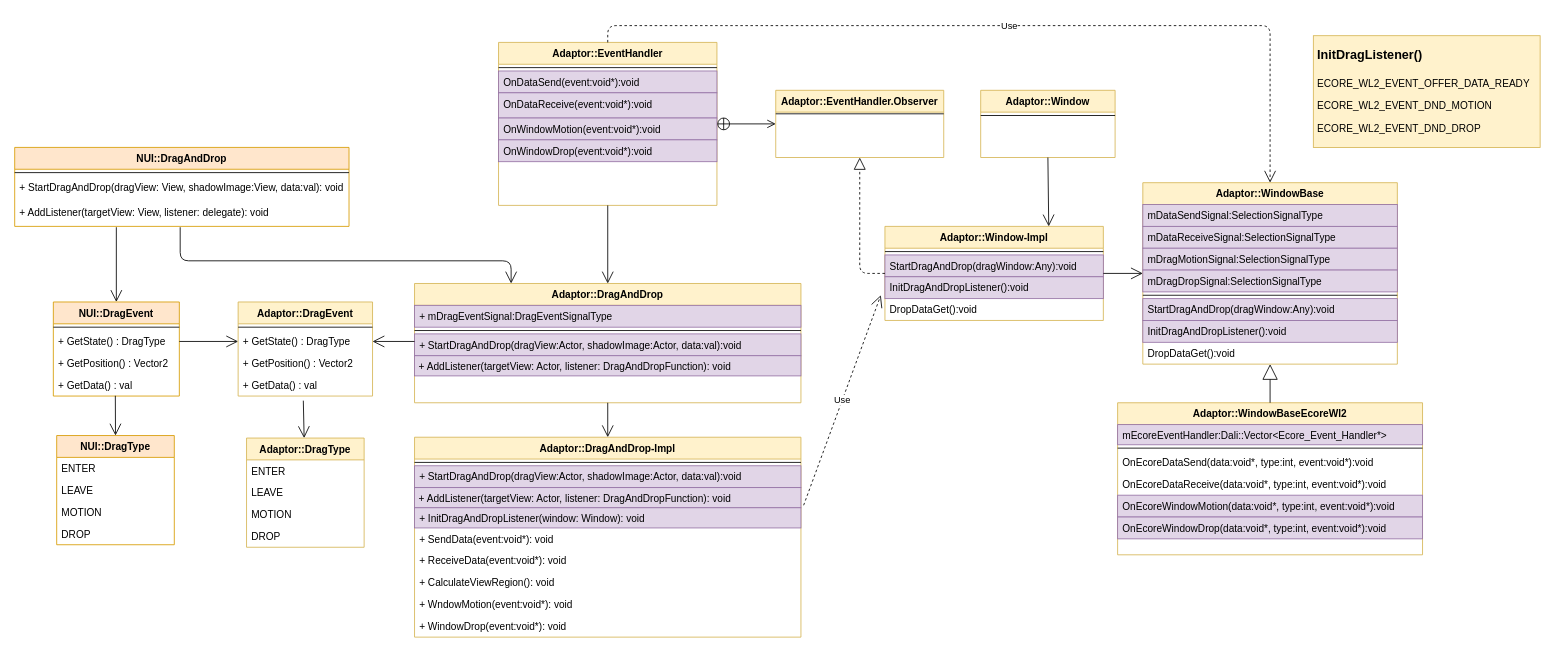
Above: page "Page-4" (4 of 10) of Untitled Diagram.drawio in taehyub/drawio (draw.io), before the change. Source tidied: cells renumbered, new cells numbered last; positions are measured from the earlier drawing's top-left corner, leaving out a move shared by most shapes. Both pictures are drawn from the tidied source at 84%, with x=0, y=0 at pixel (14, 25).
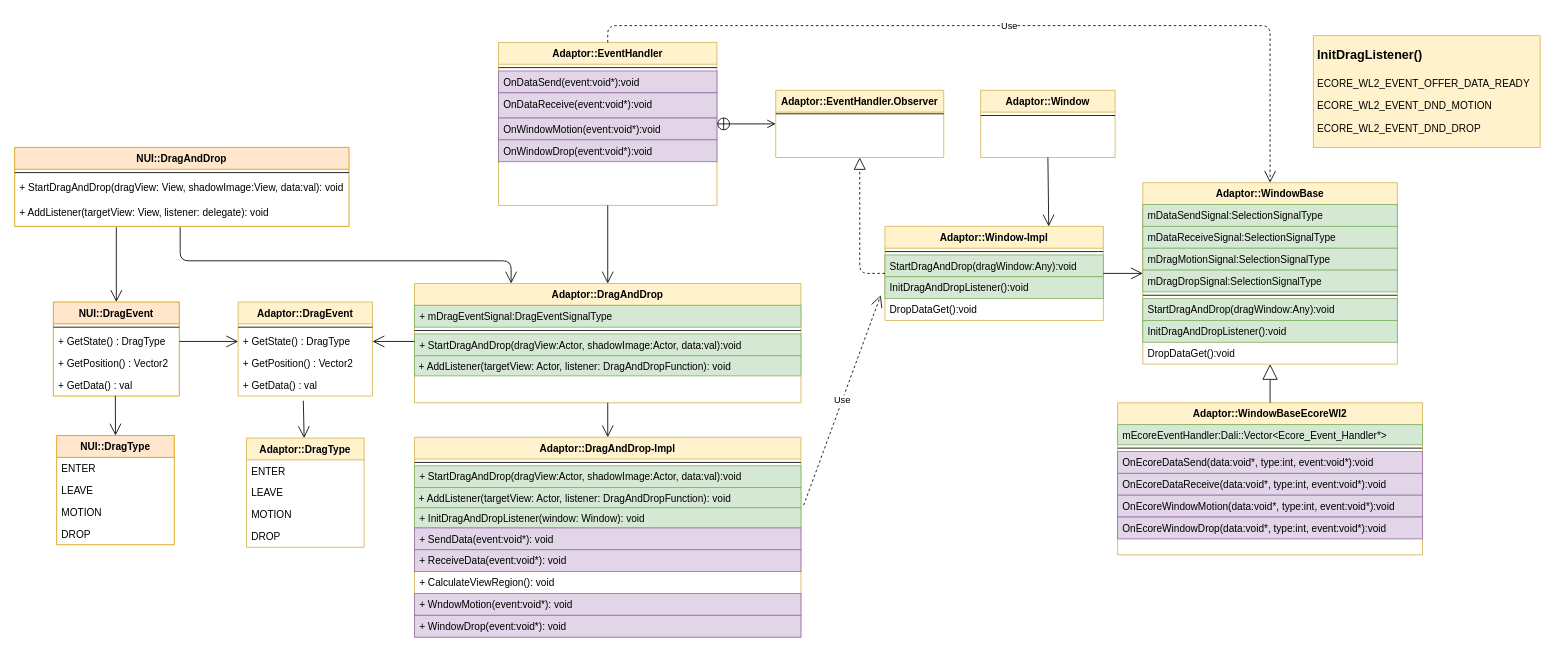
Above is the later version.

Unchanged cells that the change refers to:
```xml
<mxCell id="6" value="Adaptor::DragAndDrop" style="swimlane;fontStyle=1;align=center;verticalAlign=top;horizontal=1;startSize=26;rounded=0;shadow=0;strokeWidth=1;fillColor=#fff2cc;strokeColor=#d6b656;fontColor=default;" parent="1" vertex="1">
  <mxGeometry x="476" y="307" width="460" height="142" as="geometry" />
</mxCell>
<mxCell id="11" value="Adaptor::DragAndDrop-Impl" style="swimlane;fontStyle=1;align=center;verticalAlign=top;horizontal=1;startSize=26;rounded=0;shadow=0;strokeWidth=1;fillColor=#fff2cc;strokeColor=#d6b656;fontColor=default;" parent="1" vertex="1">
  <mxGeometry x="476" y="490" width="460" height="238" as="geometry" />
</mxCell>
<mxCell id="21" value="Adaptor::WindowBase" style="swimlane;fontStyle=1;align=center;verticalAlign=top;horizontal=1;startSize=26;rounded=0;shadow=0;strokeWidth=1;fillColor=#fff2cc;strokeColor=#d6b656;" parent="1" vertex="1">
  <mxGeometry x="1343" y="187" width="303" height="216" as="geometry" />
</mxCell>
<mxCell id="30" value="Adaptor::WindowBaseEcoreWl2&#10;" style="swimlane;fontStyle=1;align=center;verticalAlign=top;horizontal=1;startSize=26;rounded=0;shadow=0;strokeWidth=1;fillColor=#fff2cc;strokeColor=#d6b656;" parent="1" vertex="1">
  <mxGeometry x="1313" y="449" width="363" height="181" as="geometry" />
</mxCell>
<mxCell id="39" value="Adaptor::Window-Impl&#10;" style="swimlane;fontStyle=1;align=center;verticalAlign=top;horizontal=1;startSize=26;rounded=0;shadow=0;strokeWidth=1;fillColor=#fff2cc;strokeColor=#d6b656;" parent="1" vertex="1">
  <mxGeometry x="1036" y="239" width="260" height="112" as="geometry" />
</mxCell>
<mxCell id="46" value="Adaptor::EventHandler" style="swimlane;fontStyle=1;align=center;verticalAlign=top;horizontal=1;startSize=26;rounded=0;shadow=0;strokeWidth=1;fillColor=#fff2cc;strokeColor=#d6b656;" parent="1" vertex="1">
  <mxGeometry x="576" y="20" width="260" height="194" as="geometry" />
</mxCell>
```

The edit, as a diff of the source:
```diff
@@
-    <mxCell id="7" value="+ mDragEventSignal:DragEventSignalType" style="text;strokeColor=#9673a6;fillColor=#e1d5e7;align=left;verticalAlign=top;spacingLeft=4;spacingRight=4;overflow=hidden;hachureGap=4;" parent="6" vertex="1">
+    <mxCell id="7" value="+ mDragEventSignal:DragEventSignalType" style="text;strokeColor=#82b366;fillColor=#d5e8d4;align=left;verticalAlign=top;spacingLeft=4;spacingRight=4;overflow=hidden;hachureGap=4;" parent="6" vertex="1">
       <mxGeometry y="26" width="460" height="26" as="geometry" />
     </mxCell>
@@
-    <mxCell id="9" value="+ StartDragAndDrop(dragView:Actor, shadowImage:Actor, data:val):void" style="text;strokeColor=#9673a6;fillColor=#e1d5e7;align=left;verticalAlign=top;spacingLeft=4;spacingRight=4;overflow=hidden;hachureGap=4;fontColor=default;" parent="6" vertex="1">
+    <mxCell id="9" value="+ StartDragAndDrop(dragView:Actor, shadowImage:Actor, data:val):void" style="text;strokeColor=#82b366;fillColor=#d5e8d4;align=left;verticalAlign=top;spacingLeft=4;spacingRight=4;overflow=hidden;hachureGap=4;" parent="6" vertex="1">
       <mxGeometry y="60" width="460" height="26" as="geometry" />
     </mxCell>
-    <mxCell id="10" value=" + AddListener(targetView: Actor, listener: DragAndDropFunction): void" style="text;fillColor=#e1d5e7;strokeColor=#9673a6;fontColor=default;" parent="6" vertex="1">
+    <mxCell id="10" value=" + AddListener(targetView: Actor, listener: DragAndDropFunction): void" style="text;fillColor=#d5e8d4;strokeColor=#82b366;" parent="6" vertex="1">
       <mxGeometry y="86" width="460" height="24" as="geometry" />
     </mxCell>
@@
-    <mxCell id="13" value="+ StartDragAndDrop(dragView:Actor, shadowImage:Actor, data:val):void" style="text;strokeColor=#9673a6;fillColor=#e1d5e7;align=left;verticalAlign=top;spacingLeft=4;spacingRight=4;overflow=hidden;hachureGap=4;fontColor=default;" parent="11" vertex="1">
+    <mxCell id="13" value="+ StartDragAndDrop(dragView:Actor, shadowImage:Actor, data:val):void" style="text;strokeColor=#82b366;fillColor=#d5e8d4;align=left;verticalAlign=top;spacingLeft=4;spacingRight=4;overflow=hidden;hachureGap=4;" parent="11" vertex="1">
       <mxGeometry y="34" width="460" height="26" as="geometry" />
     </mxCell>
-    <mxCell id="14" value=" + AddListener(targetView: Actor, listener: DragAndDropFunction): void" style="text;fillColor=#e1d5e7;strokeColor=#9673a6;fontColor=default;" parent="11" vertex="1">
+    <mxCell id="14" value=" + AddListener(targetView: Actor, listener: DragAndDropFunction): void" style="text;fillColor=#d5e8d4;strokeColor=#82b366;" parent="11" vertex="1">
       <mxGeometry y="60" width="460" height="24" as="geometry" />
     </mxCell>
-    <mxCell id="15" value="+ InitDragAndDropListener(window: Window): void" style="text;strokeColor=#9673a6;fillColor=#e1d5e7;align=left;verticalAlign=top;spacingLeft=4;spacingRight=4;overflow=hidden;points=[[0,0.5],[1,0.5]];portConstraint=eastwest;fontColor=default;" parent="11" vertex="1">
+    <mxCell id="15" value="+ InitDragAndDropListener(window: Window): void" style="text;strokeColor=#82b366;fillColor=#d5e8d4;align=left;verticalAlign=top;spacingLeft=4;spacingRight=4;overflow=hidden;points=[[0,0.5],[1,0.5]];portConstraint=eastwest;" parent="11" vertex="1">
       <mxGeometry y="84" width="460" height="24" as="geometry" />
     </mxCell>
-    <mxCell id="16" value="+ SendData(event:void*): void" style="text;align=left;verticalAlign=top;spacingLeft=4;spacingRight=4;overflow=hidden;hachureGap=4;" parent="11" vertex="1">
+    <mxCell id="16" value="+ SendData(event:void*): void" style="text;align=left;verticalAlign=top;spacingLeft=4;spacingRight=4;overflow=hidden;hachureGap=4;fillColor=#e1d5e7;strokeColor=#9673a6;" parent="11" vertex="1">
       <mxGeometry y="108" width="460" height="26" as="geometry" />
     </mxCell>
-    <mxCell id="17" value="+ ReceiveData(event:void*): void" style="text;align=left;verticalAlign=top;spacingLeft=4;spacingRight=4;overflow=hidden;hachureGap=4;" parent="11" vertex="1">
+    <mxCell id="17" value="+ ReceiveData(event:void*): void" style="text;align=left;verticalAlign=top;spacingLeft=4;spacingRight=4;overflow=hidden;hachureGap=4;fillColor=#e1d5e7;strokeColor=#9673a6;" parent="11" vertex="1">
       <mxGeometry y="134" width="460" height="26" as="geometry" />
     </mxCell>
@@
-    <mxCell id="19" value="+ WndowMotion(event:void*): void" style="text;strokeColor=none;fillColor=none;align=left;verticalAlign=top;spacingLeft=4;spacingRight=4;overflow=hidden;hachureGap=4;" parent="11" vertex="1">
+    <mxCell id="19" value="+ WndowMotion(event:void*): void" style="text;strokeColor=#9673a6;fillColor=#e1d5e7;align=left;verticalAlign=top;spacingLeft=4;spacingRight=4;overflow=hidden;hachureGap=4;" parent="11" vertex="1">
       <mxGeometry y="186" width="460" height="26" as="geometry" />
     </mxCell>
-    <mxCell id="20" value="+ WindowDrop(event:void*): void" style="text;strokeColor=none;fillColor=none;align=left;verticalAlign=top;spacingLeft=4;spacingRight=4;overflow=hidden;hachureGap=4;" parent="11" vertex="1">
+    <mxCell id="20" value="+ WindowDrop(event:void*): void" style="text;strokeColor=#9673a6;fillColor=#e1d5e7;align=left;verticalAlign=top;spacingLeft=4;spacingRight=4;overflow=hidden;hachureGap=4;" parent="11" vertex="1">
       <mxGeometry y="212" width="460" height="26" as="geometry" />
     </mxCell>
@@
-    <mxCell id="22" value="mDataSendSignal:SelectionSignalType&#10;" style="text;strokeColor=#9673a6;fillColor=#e1d5e7;align=left;verticalAlign=top;spacingLeft=4;spacingRight=4;overflow=hidden;hachureGap=4;" parent="21" vertex="1">
+    <mxCell id="22" value="mDataSendSignal:SelectionSignalType&#10;" style="text;strokeColor=#82b366;fillColor=#d5e8d4;align=left;verticalAlign=top;spacingLeft=4;spacingRight=4;overflow=hidden;hachureGap=4;" parent="21" vertex="1">
       <mxGeometry y="26" width="303" height="26" as="geometry" />
     </mxCell>
-    <mxCell id="23" value="mDataReceiveSignal:SelectionSignalType&#10;" style="text;strokeColor=#9673a6;fillColor=#e1d5e7;align=left;verticalAlign=top;spacingLeft=4;spacingRight=4;overflow=hidden;hachureGap=4;" parent="21" vertex="1">
+    <mxCell id="23" value="mDataReceiveSignal:SelectionSignalType&#10;" style="text;strokeColor=#82b366;fillColor=#d5e8d4;align=left;verticalAlign=top;spacingLeft=4;spacingRight=4;overflow=hidden;hachureGap=4;" parent="21" vertex="1">
       <mxGeometry y="52" width="303" height="26" as="geometry" />
     </mxCell>
-    <mxCell id="24" value="mDragMotionSignal:SelectionSignalType" style="text;strokeColor=#9673a6;fillColor=#e1d5e7;align=left;verticalAlign=top;spacingLeft=4;spacingRight=4;overflow=hidden;hachureGap=4;" parent="21" vertex="1">
+    <mxCell id="24" value="mDragMotionSignal:SelectionSignalType" style="text;strokeColor=#82b366;fillColor=#d5e8d4;align=left;verticalAlign=top;spacingLeft=4;spacingRight=4;overflow=hidden;hachureGap=4;" parent="21" vertex="1">
       <mxGeometry y="78" width="303" height="26" as="geometry" />
     </mxCell>
-    <mxCell id="25" value="mDragDropSignal:SelectionSignalType" style="text;strokeColor=#9673a6;fillColor=#e1d5e7;align=left;verticalAlign=top;spacingLeft=4;spacingRight=4;overflow=hidden;hachureGap=4;" parent="21" vertex="1">
+    <mxCell id="25" value="mDragDropSignal:SelectionSignalType" style="text;strokeColor=#82b366;fillColor=#d5e8d4;align=left;verticalAlign=top;spacingLeft=4;spacingRight=4;overflow=hidden;hachureGap=4;" parent="21" vertex="1">
       <mxGeometry y="104" width="303" height="26" as="geometry" />
     </mxCell>
@@
-    <mxCell id="27" value="StartDragAndDrop(dragWindow:Any):void" style="text;strokeColor=#9673a6;fillColor=#e1d5e7;align=left;verticalAlign=top;spacingLeft=4;spacingRight=4;overflow=hidden;hachureGap=4;fontColor=default;" parent="21" vertex="1">
+    <mxCell id="27" value="StartDragAndDrop(dragWindow:Any):void" style="text;strokeColor=#82b366;fillColor=#d5e8d4;align=left;verticalAlign=top;spacingLeft=4;spacingRight=4;overflow=hidden;hachureGap=4;" parent="21" vertex="1">
       <mxGeometry y="138" width="303" height="26" as="geometry" />
     </mxCell>
-    <mxCell id="28" value="InitDragAndDropListener():void" style="text;strokeColor=#9673a6;fillColor=#e1d5e7;align=left;verticalAlign=top;spacingLeft=4;spacingRight=4;overflow=hidden;hachureGap=4;fontColor=default;" parent="21" vertex="1">
+    <mxCell id="28" value="InitDragAndDropListener():void" style="text;strokeColor=#82b366;fillColor=#d5e8d4;align=left;verticalAlign=top;spacingLeft=4;spacingRight=4;overflow=hidden;hachureGap=4;" parent="21" vertex="1">
       <mxGeometry y="164" width="303" height="26" as="geometry" />
     </mxCell>
@@
-    <mxCell id="31" value="mEcoreEventHandler:Dali::Vector&lt;Ecore_Event_Handler*&gt; &#10;" style="text;strokeColor=#9673a6;fillColor=#e1d5e7;align=left;verticalAlign=top;spacingLeft=4;spacingRight=4;overflow=hidden;hachureGap=4;" parent="30" vertex="1">
+    <mxCell id="31" value="mEcoreEventHandler:Dali::Vector&lt;Ecore_Event_Handler*&gt; &#10;" style="text;strokeColor=#82b366;fillColor=#d5e8d4;align=left;verticalAlign=top;spacingLeft=4;spacingRight=4;overflow=hidden;hachureGap=4;" parent="30" vertex="1">
       <mxGeometry y="26" width="363" height="24" as="geometry" />
     </mxCell>
@@
-    <mxCell id="33" value="OnEcoreDataSend(data:void*, type:int, event:void*):void&#10;" style="text;align=left;verticalAlign=top;spacingLeft=4;spacingRight=4;overflow=hidden;hachureGap=4;" parent="30" vertex="1">
+    <mxCell id="33" value="OnEcoreDataSend(data:void*, type:int, event:void*):void&#10;" style="text;align=left;verticalAlign=top;spacingLeft=4;spacingRight=4;overflow=hidden;hachureGap=4;fillColor=#e1d5e7;strokeColor=#9673a6;" parent="30" vertex="1">
       <mxGeometry y="58" width="363" height="26" as="geometry" />
     </mxCell>
-    <mxCell id="34" value="OnEcoreDataReceive(data:void*, type:int, event:void*):void&#10;" style="text;align=left;verticalAlign=top;spacingLeft=4;spacingRight=4;overflow=hidden;hachureGap=4;" parent="30" vertex="1">
+    <mxCell id="34" value="OnEcoreDataReceive(data:void*, type:int, event:void*):void&#10;" style="text;align=left;verticalAlign=top;spacingLeft=4;spacingRight=4;overflow=hidden;hachureGap=4;fillColor=#e1d5e7;strokeColor=#9673a6;" parent="30" vertex="1">
       <mxGeometry y="84" width="363" height="26" as="geometry" />
     </mxCell>
-    <mxCell id="35" value="OnEcoreWindowMotion(data:void*, type:int, event:void*):void&#10;" style="text;strokeColor=#9673a6;fillColor=#e1d5e7;align=left;verticalAlign=top;spacingLeft=4;spacingRight=4;overflow=hidden;hachureGap=4;" parent="30" vertex="1">
+    <mxCell id="35" value="OnEcoreWindowMotion(data:void*, type:int, event:void*):void&#10;" style="text;align=left;verticalAlign=top;spacingLeft=4;spacingRight=4;overflow=hidden;hachureGap=4;fillColor=#e1d5e7;strokeColor=#9673a6;" parent="30" vertex="1">
       <mxGeometry y="110" width="363" height="26" as="geometry" />
     </mxCell>
-    <mxCell id="36" value="OnEcoreWindowDrop(data:void*, type:int, event:void*):void" style="text;strokeColor=#9673a6;fillColor=#e1d5e7;align=left;verticalAlign=top;spacingLeft=4;spacingRight=4;overflow=hidden;hachureGap=4;" parent="30" vertex="1">
+    <mxCell id="36" value="OnEcoreWindowDrop(data:void*, type:int, event:void*):void" style="text;align=left;verticalAlign=top;spacingLeft=4;spacingRight=4;overflow=hidden;hachureGap=4;fillColor=#e1d5e7;strokeColor=#9673a6;" parent="30" vertex="1">
       <mxGeometry y="136" width="363" height="26" as="geometry" />
     </mxCell>
@@
-    <mxCell id="41" value="StartDragAndDrop(dragWindow:Any):void" style="text;align=left;verticalAlign=top;spacingLeft=4;spacingRight=4;overflow=hidden;hachureGap=4;fillColor=#e1d5e7;strokeColor=#9673a6;fontColor=default;" parent="39" vertex="1">
+    <mxCell id="41" value="StartDragAndDrop(dragWindow:Any):void" style="text;align=left;verticalAlign=top;spacingLeft=4;spacingRight=4;overflow=hidden;hachureGap=4;fillColor=#d5e8d4;strokeColor=#82b366;" parent="39" vertex="1">
       <mxGeometry y="34" width="260" height="26" as="geometry" />
     </mxCell>
-    <mxCell id="42" value="InitDragAndDropListener():void" style="text;strokeColor=#9673a6;fillColor=#e1d5e7;align=left;verticalAlign=top;spacingLeft=4;spacingRight=4;overflow=hidden;points=[[0,0.5],[1,0.5]];portConstraint=eastwest;hachureGap=4;fontColor=default;" parent="39" vertex="1">
+    <mxCell id="42" value="InitDragAndDropListener():void" style="text;strokeColor=#82b366;fillColor=#d5e8d4;align=left;verticalAlign=top;spacingLeft=4;spacingRight=4;overflow=hidden;points=[[0,0.5],[1,0.5]];portConstraint=eastwest;hachureGap=4;" parent="39" vertex="1">
       <mxGeometry y="60" width="260" height="26" as="geometry" />
     </mxCell>
@@
-    <mxCell id="48" value="OnDataSend(event:void*):void" style="text;strokeColor=#9673a6;fillColor=#e1d5e7;align=left;verticalAlign=top;spacingLeft=4;spacingRight=4;overflow=hidden;hachureGap=4;" parent="46" vertex="1">
+    <mxCell id="48" value="OnDataSend(event:void*):void" style="text;align=left;verticalAlign=top;spacingLeft=4;spacingRight=4;overflow=hidden;hachureGap=4;fillColor=#e1d5e7;strokeColor=#9673a6;" parent="46" vertex="1">
       <mxGeometry y="34" width="260" height="26" as="geometry" />
     </mxCell>
-    <mxCell id="49" value="OnDataReceive(event:void*):void" style="text;strokeColor=#9673a6;fillColor=#e1d5e7;align=left;verticalAlign=top;spacingLeft=4;spacingRight=4;overflow=hidden;hachureGap=4;" parent="46" vertex="1">
+    <mxCell id="49" value="OnDataReceive(event:void*):void" style="text;align=left;verticalAlign=top;spacingLeft=4;spacingRight=4;overflow=hidden;hachureGap=4;fillColor=#e1d5e7;strokeColor=#9673a6;" parent="46" vertex="1">
       <mxGeometry y="60" width="260" height="30" as="geometry" />
     </mxCell>
-    <mxCell id="50" value="OnWindowMotion(event:void*):void" style="text;strokeColor=#9673a6;fillColor=#e1d5e7;align=left;verticalAlign=top;spacingLeft=4;spacingRight=4;overflow=hidden;hachureGap=4;" parent="46" vertex="1">
+    <mxCell id="50" value="OnWindowMotion(event:void*):void" style="text;align=left;verticalAlign=top;spacingLeft=4;spacingRight=4;overflow=hidden;hachureGap=4;fillColor=#e1d5e7;strokeColor=#9673a6;" parent="46" vertex="1">
       <mxGeometry y="90" width="260" height="26" as="geometry" />
     </mxCell>
-    <mxCell id="51" value="OnWindowDrop(event:void*):void" style="text;strokeColor=#9673a6;fillColor=#e1d5e7;align=left;verticalAlign=top;spacingLeft=4;spacingRight=4;overflow=hidden;hachureGap=4;" parent="46" vertex="1">
+    <mxCell id="51" value="OnWindowDrop(event:void*):void" style="text;align=left;verticalAlign=top;spacingLeft=4;spacingRight=4;overflow=hidden;hachureGap=4;fillColor=#e1d5e7;strokeColor=#9673a6;" parent="46" vertex="1">
       <mxGeometry y="116" width="260" height="26" as="geometry" />
     </mxCell>
```
